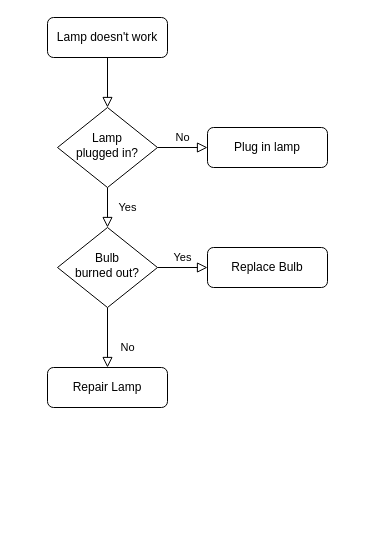
aesenbekova8/Algorithms keeps this draw.io diagram as src/com/company/Диаграмма без названия.drawio. Above is the earlier version. Source tidied: cells renumbered, new cells numbered last; positions are measured from the earlier drawing's top-left corner, leaving out a move shared by most shapes. Both pictures are drawn from the tidied source at 100%, with x=0, y=0 at pixel (47, 17).
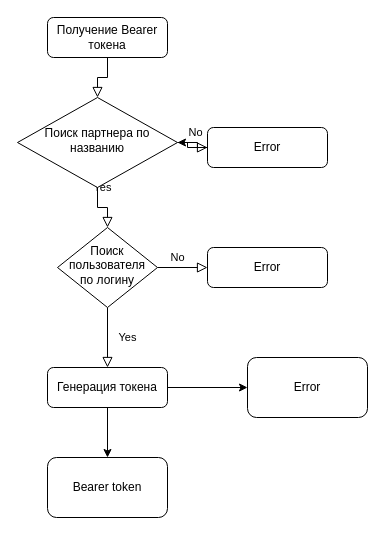
The same diagram, later.

Diff of the diagram source:
```diff
@@
 <mxGraphModel>
   <root>
     <mxCell id="0" />
     <mxCell id="1" parent="0" />
     <mxCell id="2" style="rounded=0;html=1;jettySize=auto;fontSize=11;endArrow=block;endFill=0;endSize=8;strokeWidth=1;shadow=0;labelBackgroundColor=none;edgeStyle=orthogonalEdgeStyle;" parent="1" edge="1" source="3" target="6">
       <mxGeometry relative="1" as="geometry" />
     </mxCell>
-    <mxCell id="3" value="Lamp doesn't work" style="rounded=1;whiteSpace=wrap;html=1;fontSize=12;glass=0;strokeWidth=1;shadow=0;" parent="1" vertex="1">
+    <mxCell id="3" value="Получение Bearer токена" style="rounded=1;whiteSpace=wrap;html=1;fontSize=12;glass=0;strokeWidth=1;shadow=0;" parent="1" vertex="1">
       <mxGeometry width="120" height="40" as="geometry" />
     </mxCell>
     <mxCell id="4" value="Yes" style="rounded=0;html=1;jettySize=auto;fontSize=11;endArrow=block;endFill=0;endSize=8;strokeWidth=1;shadow=0;labelBackgroundColor=none;edgeStyle=orthogonalEdgeStyle;" parent="1" edge="1" source="6" target="10">
       <mxGeometry y="20" relative="1" as="geometry" />
     </mxCell>
     <mxCell id="5" value="No" style="edgeStyle=orthogonalEdgeStyle;rounded=0;html=1;jettySize=auto;fontSize=11;endArrow=block;endFill=0;endSize=8;strokeWidth=1;shadow=0;labelBackgroundColor=none;" parent="1" edge="1" source="6" target="7">
       <mxGeometry y="10" relative="1" as="geometry" />
     </mxCell>
-    <mxCell id="6" value="Lamp&lt;br&gt;plugged in?" style="rhombus;whiteSpace=wrap;html=1;shadow=0;fontFamily=Helvetica;fontSize=12;align=center;strokeWidth=1;spacing=6;spacingTop=-4;" parent="1" vertex="1">
-      <mxGeometry x="10" y="90" width="100" height="80" as="geometry" />
+    <mxCell id="6" value="Поиск партнера по названию" style="rhombus;whiteSpace=wrap;html=1;shadow=0;fontFamily=Helvetica;fontSize=12;align=center;strokeWidth=1;spacing=6;spacingTop=-4;" parent="1" vertex="1">
+      <mxGeometry x="-30" y="80" width="160" height="90" as="geometry" />
     </mxCell>
+    <mxCell id="13" style="edgeStyle=orthogonalEdgeStyle;rounded=0;jettySize=auto;html=1;" parent="1" edge="1" source="7" target="6">
+      <mxGeometry relative="1" as="geometry" />
+    </mxCell>
-    <mxCell id="7" value="Plug in lamp" style="rounded=1;whiteSpace=wrap;html=1;fontSize=12;glass=0;strokeWidth=1;shadow=0;" parent="1" vertex="1">
+    <mxCell id="7" value="Error" style="rounded=1;whiteSpace=wrap;html=1;fontSize=12;glass=0;strokeWidth=1;shadow=0;" parent="1" vertex="1">
       <mxGeometry x="160" y="110" width="120" height="40" as="geometry" />
     </mxCell>
     <mxCell id="8" value="No" style="rounded=0;html=1;jettySize=auto;fontSize=11;endArrow=block;endFill=0;endSize=8;strokeWidth=1;shadow=0;labelBackgroundColor=none;edgeStyle=orthogonalEdgeStyle;" parent="1" edge="1" source="10" target="11">
-      <mxGeometry x="0.33" y="20" relative="1" as="geometry" />
+      <mxGeometry x="-1" y="86" relative="1" as="geometry">
+        <mxPoint x="-16" y="-50" as="offset" />
+      </mxGeometry>
     </mxCell>
-    <mxCell id="9" value="Yes" style="edgeStyle=orthogonalEdgeStyle;rounded=0;html=1;jettySize=auto;fontSize=11;endArrow=block;endFill=0;endSize=8;strokeWidth=1;shadow=0;labelBackgroundColor=none;" parent="1" edge="1" source="10" target="12">
-      <mxGeometry y="10" relative="1" as="geometry" />
+    <mxCell id="9" value="Yes" style="edgeStyle=orthogonalEdgeStyle;rounded=0;html=1;jettySize=auto;fontSize=11;endArrow=block;endFill=0;endSize=8;strokeWidth=1;shadow=0;labelBackgroundColor=none;entryX=0;entryY=0.5;entryDx=0;entryDy=0;" parent="1" edge="1" source="10" target="12">
+      <mxGeometry x="-1" y="-76" relative="1" as="geometry">
+        <mxPoint x="-30" y="-6" as="offset" />
+      </mxGeometry>
     </mxCell>
-    <mxCell id="10" value="Bulb&lt;br&gt;burned out?" style="rhombus;whiteSpace=wrap;html=1;shadow=0;fontFamily=Helvetica;fontSize=12;align=center;strokeWidth=1;spacing=6;spacingTop=-4;" parent="1" vertex="1">
+    <mxCell id="10" value="Поиск пользователя по логину" style="rhombus;whiteSpace=wrap;html=1;shadow=0;fontFamily=Helvetica;fontSize=12;align=center;strokeWidth=1;spacing=6;spacingTop=-4;" parent="1" vertex="1">
       <mxGeometry x="10" y="210" width="100" height="80" as="geometry" />
     </mxCell>
+    <mxCell id="14" style="edgeStyle=orthogonalEdgeStyle;rounded=0;jettySize=auto;html=1;" parent="1" edge="1" source="11" target="17">
+      <mxGeometry relative="1" as="geometry" />
+    </mxCell>
+    <mxCell id="15" style="edgeStyle=orthogonalEdgeStyle;rounded=0;jettySize=auto;html=1;" parent="1" edge="1" source="11" target="16">
+      <mxGeometry relative="1" as="geometry" />
+    </mxCell>
-    <mxCell id="11" value="Repair Lamp" style="rounded=1;whiteSpace=wrap;html=1;fontSize=12;glass=0;strokeWidth=1;shadow=0;" parent="1" vertex="1">
+    <mxCell id="11" value="Генерация токена" style="rounded=1;whiteSpace=wrap;html=1;fontSize=12;glass=0;strokeWidth=1;shadow=0;" parent="1" vertex="1">
       <mxGeometry y="350" width="120" height="40" as="geometry" />
     </mxCell>
-    <mxCell id="12" value="Replace Bulb" style="rounded=1;whiteSpace=wrap;html=1;fontSize=12;glass=0;strokeWidth=1;shadow=0;" parent="1" vertex="1">
+    <mxCell id="12" value="Error" style="rounded=1;whiteSpace=wrap;html=1;fontSize=12;glass=0;strokeWidth=1;shadow=0;" parent="1" vertex="1">
       <mxGeometry x="160" y="230" width="120" height="40" as="geometry" />
     </mxCell>
+    <mxCell id="16" value="Bearer token&lt;br&gt;" style="rounded=1;whiteSpace=wrap;html=1;" parent="1" vertex="1">
+      <mxGeometry y="440" width="120" height="60" as="geometry" />
+    </mxCell>
+    <mxCell id="17" value="Error" style="whiteSpace=wrap;html=1;rounded=1;glass=0;strokeWidth=1;shadow=0;" parent="1" vertex="1">
+      <mxGeometry x="200" y="340" width="120" height="60" as="geometry" />
+    </mxCell>
   </root>
 </mxGraphModel>
```
